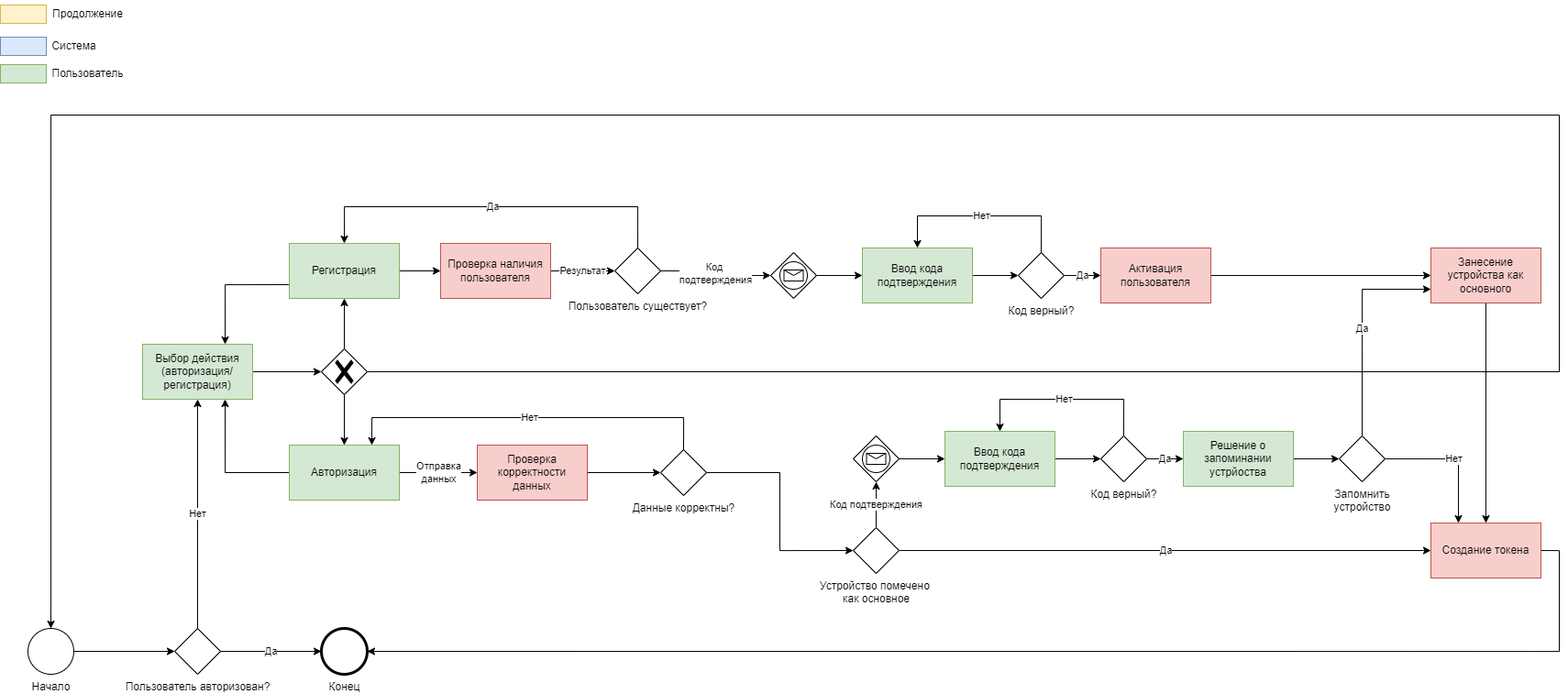
Earlier version of the draw.io export info/Схема_Авторизации.png (CommonProjects-BARA/SCHS_Chat). Source tidied: cells renumbered, new cells last; positions are measured from the earlier drawing's top-left corner, leaving out a move shared by most shapes.
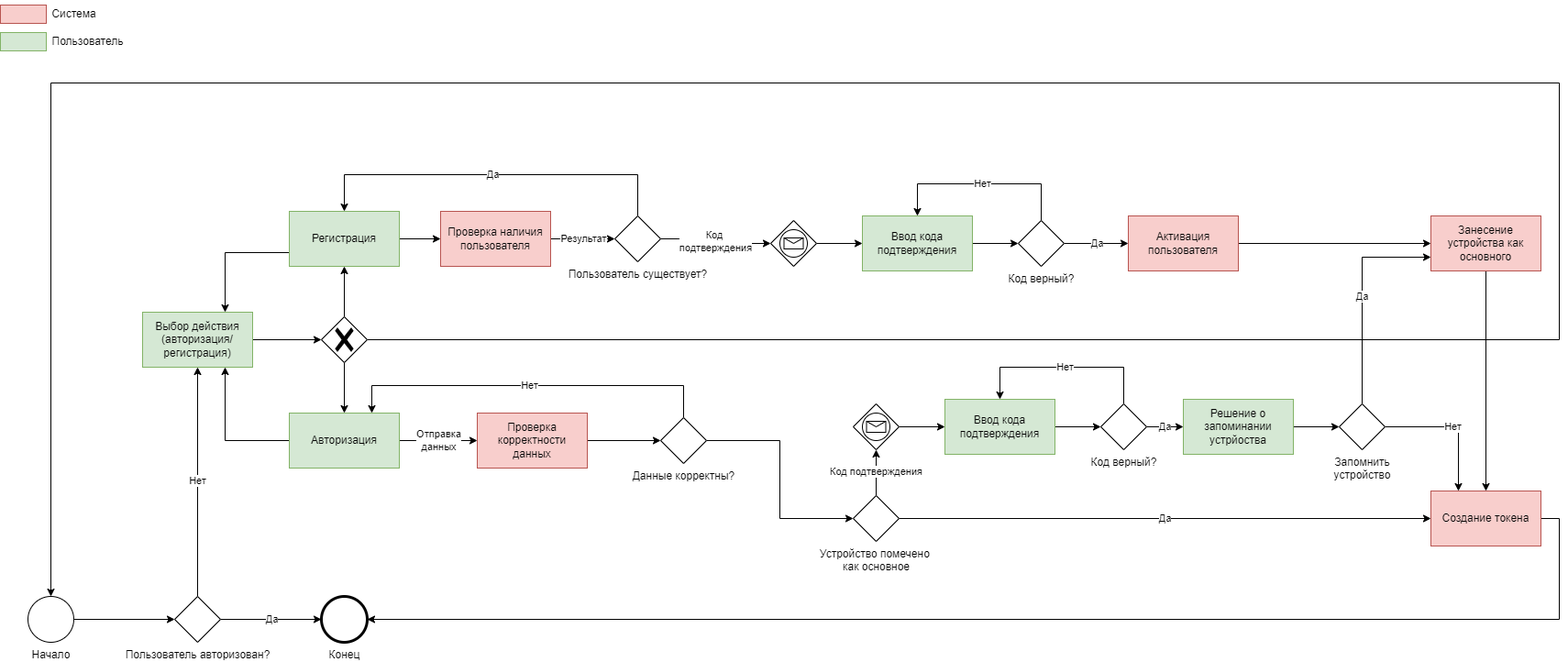
After the change.

The edit, as a diff of the source:
```diff
@@ -19,7 +19,7 @@
     <mxCell id="6" value="Пользователь авторизован?" style="points=[[0.25,0.25,0],[0.5,0,0],[0.75,0.25,0],[1,0.5,0],[0.75,0.75,0],[0.5,1,0],[0.25,0.75,0],[0,0.5,0]];shape=mxgraph.bpmn.gateway2;html=1;verticalLabelPosition=bottom;labelBackgroundColor=#ffffff;verticalAlign=top;align=center;perimeter=rhombusPerimeter;outlineConnect=0;outline=none;symbol=none;" parent="1" vertex="1">
       <mxGeometry x="190" y="685" width="50" height="50" as="geometry" />
     </mxCell>
-    <mxCell id="7" style="rounded=0;whiteSpace=wrap;html=1;fillColor=#dae8fc;strokeColor=#6c8ebf;" parent="1" vertex="1">
+    <mxCell id="7" style="rounded=0;whiteSpace=wrap;html=1;fillColor=#f8cecc;strokeColor=#b85450;" parent="1" vertex="1">
       <mxGeometry y="40" width="50" height="20" as="geometry" />
     </mxCell>
     <mxCell id="8" value="Система" style="text;html=1;align=center;verticalAlign=middle;strokeColor=none;fillColor=none;" parent="1" vertex="1">
@@ -149,7 +149,7 @@
       <mxGeometry relative="1" as="geometry" />
     </mxCell>
     <mxCell id="43" value="Активация пользователя" style="rounded=0;whiteSpace=wrap;html=1;fillColor=#f8cecc;strokeColor=#b85450;" parent="1" vertex="1">
-      <mxGeometry x="1200" y="270" width="120" height="60" as="geometry" />
+      <mxGeometry x="1230" y="270" width="120" height="60" as="geometry" />
     </mxCell>
     <mxCell id="44" style="edgeStyle=orthogonalEdgeStyle;rounded=0;jettySize=auto;html=1;exitX=0.5;exitY=1;exitDx=0;exitDy=0;" parent="1" edge="1" source="45" target="29">
       <mxGeometry relative="1" as="geometry" />
@@ -157,12 +157,6 @@
     <mxCell id="45" value="Занесение устройства как основного" style="rounded=0;whiteSpace=wrap;html=1;fillColor=#f8cecc;strokeColor=#b85450;" parent="1" vertex="1">
       <mxGeometry x="1560" y="270" width="120" height="60" as="geometry" />
     </mxCell>
-    <mxCell id="46" style="rounded=0;whiteSpace=wrap;html=1;fillColor=#fff2cc;strokeColor=#d6b656;" parent="1" vertex="1">
-      <mxGeometry y="5" width="50" height="20" as="geometry" />
-    </mxCell>
-    <mxCell id="47" value="Продолжение" style="text;html=1;align=center;verticalAlign=middle;strokeColor=none;fillColor=none;" parent="1" vertex="1">
-      <mxGeometry x="45" width="100" height="30" as="geometry" />
-    </mxCell>
     <mxCell id="48" value="Да" style="edgeStyle=orthogonalEdgeStyle;rounded=0;jettySize=auto;html=1;exitX=1;exitY=0.5;exitDx=0;exitDy=0;exitPerimeter=0;entryX=0;entryY=0.5;entryDx=0;entryDy=0;" parent="1" edge="1" source="50" target="29">
       <mxGeometry relative="1" as="geometry" />
     </mxCell>
```
